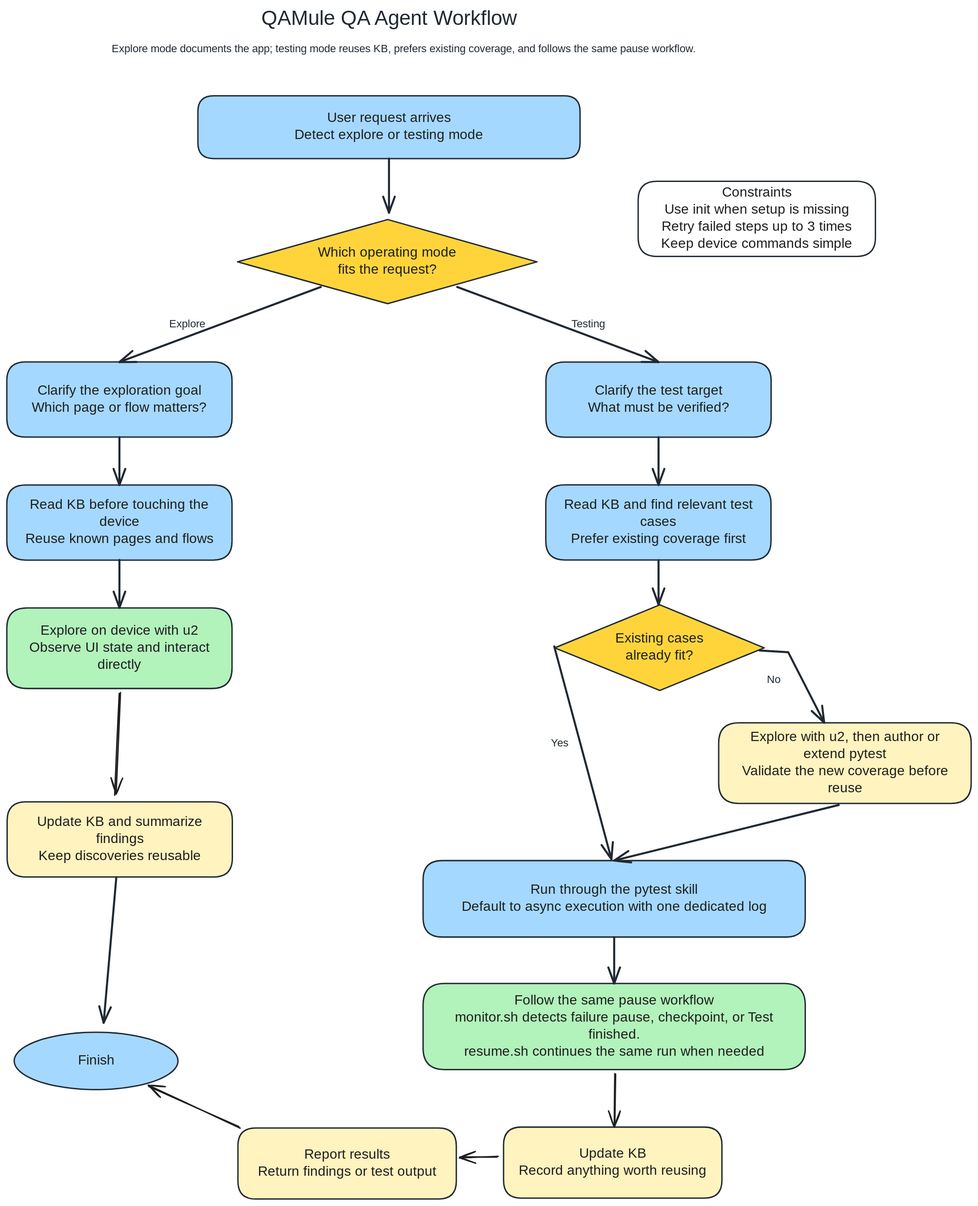
Before: qa-agent-workflow-bilingual.excalidraw.svg, a diagram exported from Excalidraw (lanbaoshen/QAMule). Source tidied: one line per element, renumbered; positions are measured from the earlier drawing's top-left corner, leaving out a move shared by most shapes.
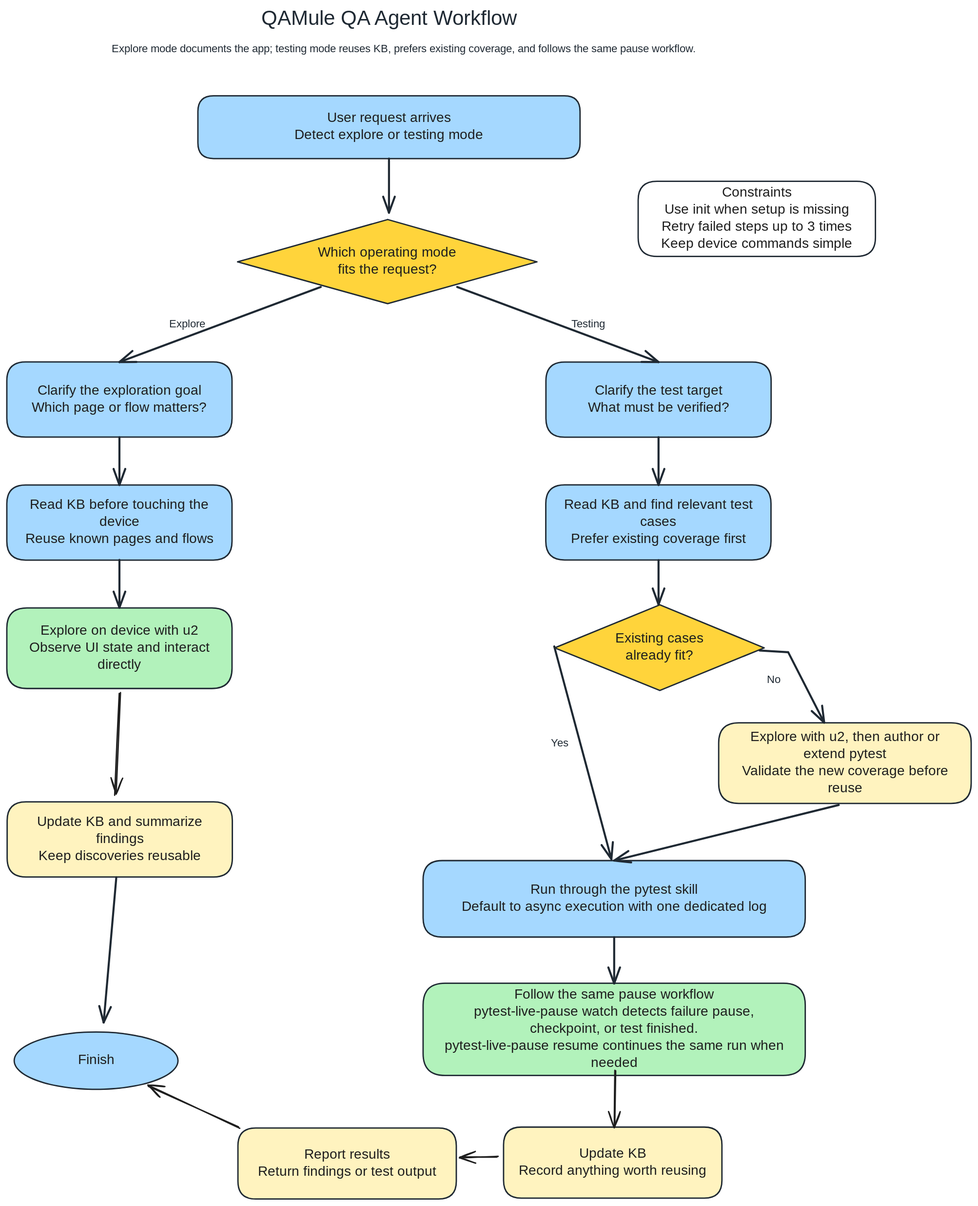
The same diagram one commit later.

Commit message:
Refactor documentation and add new skill for live pause failure triage

The edit, as a diff of the source:
```diff
@@ -26,14 +26,14 @@
 {"id": 25, "type": "text", "text": "Explore with u2, then author or\nextend pytest\nValidate the new coverage before\nreuse", "strokeColor": "#1e1e1e", "strokeWidth": 2, "roughness": 1, "fontSize": 20, "fontFamily": 5, "textAlign": "center", "verticalAlign": "middle", "inside": 24, "x": 1066, "y": 1057, "width": 324, "height": 100}
 {"id": 26, "type": "rectangle", "strokeColor": "#1f2933", "backgroundColor": "#a5d8ff", "fillStyle": "solid", "strokeWidth": 2, "roughness": 0, "round": true, "x": 610, "y": 1250, "width": 560, "height": 112}
 {"id": 27, "type": "text", "text": "Run through the pytest skill\nDefault to async execution with one dedicated log", "strokeColor": "#1e1e1e", "strokeWidth": 2, "roughness": 1, "fontSize": 20, "fontFamily": 5, "textAlign": "center", "verticalAlign": "middle", "inside": 26, "x": 641, "y": 1281, "width": 497, "height": 50}
-{"id": 28, "type": "rectangle", "strokeColor": "#1f2933", "backgroundColor": "#b2f2bb", "fillStyle": "solid", "strokeWidth": 2, "roughness": 0, "round": true, "x": 610, "y": 1430, "width": 560, "height": 126}
+{"id": 28, "type": "rectangle", "strokeColor": "#1f2933", "backgroundColor": "#b2f2bb", "fillStyle": "solid", "strokeWidth": 2, "roughness": 0, "round": true, "x": 610, "y": 1430, "width": 560, "height": 135}
-{"id": 29, "type": "text", "text": "Follow the same pause workflow\nmonitor.sh detects failure pause, checkpoint, or Test\nfinished.\nresume.sh continues the same run when needed", "strokeColor": "#1e1e1e", "strokeWidth": 2, "roughness": 1, "fontSize": 20, "fontFamily": 5, "textAlign": "center", "verticalAlign": "middle", "inside": 28, "x": 630, "y": 1443, "width": 519, "height": 100}
+{"id": 29, "type": "text", "text": "Follow the same pause workflow\npytest-live-pause watch detects failure pause,\ncheckpoint, or test finished.\npytest-live-pause resume continues the same run when\nneeded", "strokeColor": "#1e1e1e", "strokeWidth": 2, "roughness": 1, "fontSize": 20, "fontFamily": 5, "textAlign": "center", "verticalAlign": "middle", "inside": 28, "x": 627, "y": 1435, "width": 527, "height": 125}
 {"id": 30, "type": "rectangle", "strokeColor": "#1f2933", "backgroundColor": "#fff3bf", "fillStyle": "solid", "strokeWidth": 2, "roughness": 0, "round": true, "x": 728, "y": 1640, "width": 320, "height": 104}
 {"id": 31, "type": "text", "text": "Update KB\nRecord anything worth reusing", "strokeColor": "#1e1e1e", "strokeWidth": 2, "roughness": 1, "fontSize": 20, "fontFamily": 5, "textAlign": "center", "verticalAlign": "middle", "inside": 30, "x": 739, "y": 1667, "width": 297, "height": 50}
 {"id": 32, "type": "rectangle", "strokeColor": "#1f2933", "backgroundColor": "#fff3bf", "fillStyle": "solid", "strokeWidth": 2, "roughness": 0, "round": true, "x": 339, "y": 1642, "width": 320, "height": 104}
 {"id": 33, "type": "text", "text": "Report results\nReturn findings or test output", "strokeColor": "#1e1e1e", "strokeWidth": 2, "roughness": 1, "fontSize": 20, "fontFamily": 5, "textAlign": "center", "verticalAlign": "middle", "inside": 32, "x": 347, "y": 1669, "width": 304, "height": 50}
 {"id": 34, "type": "ellipse", "strokeColor": "#1f2933", "backgroundColor": "#a5d8ff", "fillStyle": "solid", "strokeWidth": 2, "roughness": 0, "x": 11, "y": 1501, "width": 240, "height": 84}
-{"id": 35, "type": "text", "text": "Finish", "strokeColor": "#1e1e1e", "strokeWidth": 2, "roughness": 1, "fontSize": 20, "fontFamily": 5, "textAlign": "center", "verticalAlign": "middle", "inside": 34, "x": 103, "y": 1531, "width": 56, "height": 25}
+{"id": 35, "type": "text", "text": "Finish", "strokeColor": "#1e1e1e", "strokeWidth": 2, "roughness": 1, "fontSize": 20, "fontFamily": 5, "textAlign": "center", "verticalAlign": "middle", "inside": 34, "x": 103, "y": 1530, "width": 56, "height": 25}
 {"id": 36, "type": "rectangle", "strokeColor": "#1f2933", "backgroundColor": "#ffffff", "fillStyle": "solid", "strokeWidth": 2, "roughness": 0, "round": true, "x": 925, "y": 255, "width": 348, "height": 110}
 {"id": 37, "type": "text", "text": "Constraints\nUse init when setup is missing\nRetry failed steps up to 3 times\nKeep device commands simple", "strokeColor": "#1e1e1e", "strokeWidth": 2, "roughness": 1, "fontSize": 20, "fontFamily": 5, "textAlign": "center", "verticalAlign": "middle", "inside": 36, "x": 939, "y": 260, "width": 319, "height": 100}
 {"id": 38, "type": "arrow", "strokeColor": "#1f2933", "strokeWidth": 3, "roughness": 0, "endArrowhead": "arrow", "from": 2, "to": 4, "x": 560, "y": 222, "width": 0, "height": 79, "points": [[0, 0], [0, 79]]}
@@ -48,7 +48,7 @@
 {"id": 47, "type": "arrow", "strokeColor": "#1f2933", "strokeWidth": 3, "roughness": 0, "endArrowhead": "arrow", "from": 24, "to": 26, "x": 1219, "y": 1169, "width": 329, "height": 81, "points": [[0, 0], [-329, 81]]}
 {"id": 48, "type": "arrow", "strokeColor": "#1f2933", "strokeWidth": 3, "roughness": 0, "endArrowhead": "arrow", "x": 890, "y": 1362, "width": 0, "height": 68, "points": [[0, 0], [0, 68]]}
 {"id": 49, "type": "arrow", "strokeColor": "#1f2933", "strokeWidth": 3, "roughness": 0, "endArrowhead": "arrow", "from": 14, "to": 34, "x": 160, "y": 1274, "width": 19, "height": 213, "points": [[0, 0], [-19, 213]]}
-{"id": 50, "type": "arrow", "strokeColor": "#1e1e1e", "strokeWidth": 2, "roughness": 1, "endArrowhead": "arrow", "round": true, "from": 28, "to": 30, "x": 892, "y": 1562, "width": 1, "height": 77, "points": [[0, 0], [-1, 77]]}
+{"id": 50, "type": "arrow", "strokeColor": "#1e1e1e", "strokeWidth": 2, "roughness": 1, "endArrowhead": "arrow", "round": true, "from": 28, "to": 30, "x": 892, "y": 1557, "width": 1, "height": 83, "points": [[0, 0], [-1, 83]]}
 {"id": 51, "type": "arrow", "strokeColor": "#1e1e1e", "strokeWidth": 2, "roughness": 1, "endArrowhead": "arrow", "round": true, "from": 30, "to": 32, "x": 719, "y": 1685, "width": 55, "height": 0, "points": [[0, 0], [-55, 0]]}
-{"id": 52, "type": "arrow", "strokeColor": "#1e1e1e", "strokeWidth": 2, "roughness": 1, "endArrowhead": "arrow", "round": true, "from": 32, "to": 34, "x": 341, "y": 1641, "width": 133, "height": 60, "points": [[0, 0], [-133, -60]]}
+{"id": 52, "type": "arrow", "strokeColor": "#1e1e1e", "strokeWidth": 2, "roughness": 1, "endArrowhead": "arrow", "round": true, "from": 32, "to": 34, "x": 340, "y": 1641, "width": 133, "height": 61, "points": [[0, 0], [-133, -61]]}
 {"id": 53, "type": "arrow", "strokeColor": "#1e1e1e", "strokeWidth": 2, "roughness": 1, "endArrowhead": "arrow", "round": true, "from": 12, "to": 14, "x": 165, "y": 1005, "width": 6, "height": 149, "points": [[0, 0], [-6, 149]]}
```
